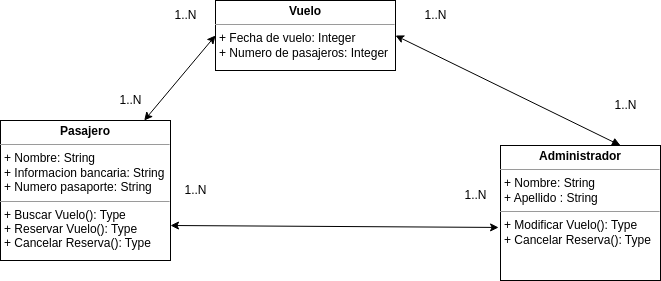
Before: Casos de uso/Reserva_de_vuelos/Diagrama clase.drawio.png, a diagram exported from draw.io (JVC0/ETS). Source tidied: cells renumbered, new cells last; positions are measured from the earlier drawing's top-left corner, leaving out a move shared by most shapes.
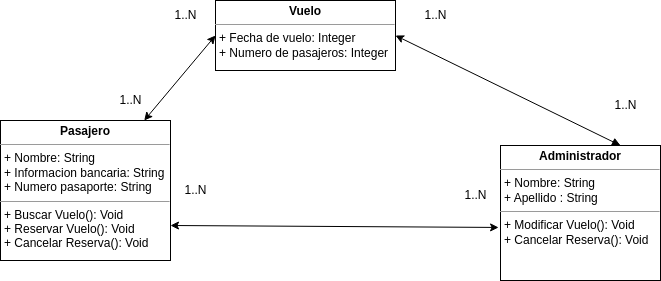
After the change.

Diff of the diagram source:
```diff
@@ -5,7 +5,7 @@
     <mxCell id="2" style="edgeStyle=none;html=1;entryX=0;entryY=0.5;entryDx=0;entryDy=0;startArrow=classic;startFill=1;" parent="1" edge="1" source="3" target="4">
       <mxGeometry relative="1" as="geometry" />
     </mxCell>
-    <mxCell id="3" value="&lt;p style=&quot;margin:0px;margin-top:4px;text-align:center;&quot;&gt;&lt;b&gt;Pasajero&lt;/b&gt;&lt;/p&gt;&lt;hr size=&quot;1&quot;&gt;&lt;p style=&quot;margin:0px;margin-left:4px;&quot;&gt;+ Nombre: String&lt;/p&gt;&lt;p style=&quot;margin:0px;margin-left:4px;&quot;&gt;+ Informacion bancaria: String&lt;br&gt;&lt;/p&gt;&lt;p style=&quot;margin:0px;margin-left:4px;&quot;&gt;+ Numero pasaporte: String&lt;br&gt;&lt;/p&gt;&lt;hr size=&quot;1&quot;&gt;&lt;p style=&quot;margin:0px;margin-left:4px;&quot;&gt;+ Buscar Vuelo(): Type&lt;/p&gt;&lt;p style=&quot;margin:0px;margin-left:4px;&quot;&gt;+ Reservar Vuelo(): Type&lt;br&gt;&lt;/p&gt;&lt;p style=&quot;margin:0px;margin-left:4px;&quot;&gt;+ Cancelar Reserva(): Type&lt;br&gt;&lt;/p&gt;" style="verticalAlign=top;align=left;overflow=fill;fontSize=12;fontFamily=Helvetica;html=1;" parent="1" vertex="1">
+    <mxCell id="3" value="&lt;p style=&quot;margin:0px;margin-top:4px;text-align:center;&quot;&gt;&lt;b&gt;Pasajero&lt;/b&gt;&lt;/p&gt;&lt;hr size=&quot;1&quot;&gt;&lt;p style=&quot;margin:0px;margin-left:4px;&quot;&gt;+ Nombre: String&lt;/p&gt;&lt;p style=&quot;margin:0px;margin-left:4px;&quot;&gt;+ Informacion bancaria: String&lt;br&gt;&lt;/p&gt;&lt;p style=&quot;margin:0px;margin-left:4px;&quot;&gt;+ Numero pasaporte: String&lt;br&gt;&lt;/p&gt;&lt;hr size=&quot;1&quot;&gt;&lt;p style=&quot;margin:0px;margin-left:4px;&quot;&gt;+ Buscar Vuelo(): Void&lt;/p&gt;&lt;p style=&quot;margin:0px;margin-left:4px;&quot;&gt;+ Reservar Vuelo(): Void&lt;br&gt;&lt;/p&gt;&lt;p style=&quot;margin:0px;margin-left:4px;&quot;&gt;+ Cancelar Reserva(): Void&lt;br&gt;&lt;/p&gt;" style="verticalAlign=top;align=left;overflow=fill;fontSize=12;fontFamily=Helvetica;html=1;" parent="1" vertex="1">
       <mxGeometry y="120" width="170" height="140" as="geometry" />
     </mxCell>
     <mxCell id="4" value="&lt;p style=&quot;margin:0px;margin-top:4px;text-align:center;&quot;&gt;&lt;b&gt;Vuelo&lt;/b&gt;&lt;/p&gt;&lt;hr size=&quot;1&quot;&gt;&lt;p style=&quot;margin:0px;margin-left:4px;&quot;&gt;+ Fecha de vuelo: Integer&lt;/p&gt;&lt;p style=&quot;margin:0px;margin-left:4px;&quot;&gt;+ Numero de pasajeros: Integer&lt;/p&gt;&lt;p style=&quot;margin:0px;margin-left:4px;&quot;&gt;&lt;br&gt;&lt;/p&gt;" style="verticalAlign=top;align=left;overflow=fill;fontSize=12;fontFamily=Helvetica;html=1;" parent="1" vertex="1">
@@ -14,7 +14,7 @@
     <mxCell id="5" style="edgeStyle=none;html=1;exitX=0.75;exitY=0;exitDx=0;exitDy=0;entryX=1;entryY=0.5;entryDx=0;entryDy=0;startArrow=block;startFill=1;" parent="1" edge="1" source="6" target="4">
       <mxGeometry relative="1" as="geometry" />
     </mxCell>
-    <mxCell id="6" value="&lt;p style=&quot;margin:0px;margin-top:4px;text-align:center;&quot;&gt;&lt;b&gt;Administrador&lt;/b&gt;&lt;/p&gt;&lt;hr size=&quot;1&quot;&gt;&lt;p style=&quot;margin:0px;margin-left:4px;&quot;&gt;+ Nombre: String&lt;/p&gt;&lt;p style=&quot;margin:0px;margin-left:4px;&quot;&gt;+ Apellido : String&lt;/p&gt;&lt;hr size=&quot;1&quot;&gt;&lt;p style=&quot;margin:0px;margin-left:4px;&quot;&gt;+ Modificar Vuelo(): Type&lt;/p&gt;&lt;p style=&quot;margin:0px;margin-left:4px;&quot;&gt;+ Cancelar Reserva(): Type&lt;br&gt;&lt;/p&gt;" style="verticalAlign=top;align=left;overflow=fill;fontSize=12;fontFamily=Helvetica;html=1;" parent="1" vertex="1">
+    <mxCell id="6" value="&lt;p style=&quot;margin:0px;margin-top:4px;text-align:center;&quot;&gt;&lt;b&gt;Administrador&lt;/b&gt;&lt;/p&gt;&lt;hr size=&quot;1&quot;&gt;&lt;p style=&quot;margin:0px;margin-left:4px;&quot;&gt;+ Nombre: String&lt;/p&gt;&lt;p style=&quot;margin:0px;margin-left:4px;&quot;&gt;+ Apellido : String&lt;/p&gt;&lt;hr size=&quot;1&quot;&gt;&lt;p style=&quot;margin:0px;margin-left:4px;&quot;&gt;+ Modificar Vuelo(): Void&lt;/p&gt;&lt;p style=&quot;margin:0px;margin-left:4px;&quot;&gt;+ Cancelar Reserva(): Void&lt;br&gt;&lt;/p&gt;" style="verticalAlign=top;align=left;overflow=fill;fontSize=12;fontFamily=Helvetica;html=1;" parent="1" vertex="1">
       <mxGeometry x="500" y="145" width="160" height="135" as="geometry" />
     </mxCell>
     <mxCell id="7" value="1..N" style="text;html=1;align=center;verticalAlign=middle;strokeColor=none;fillColor=none;" parent="1" vertex="1">
```
